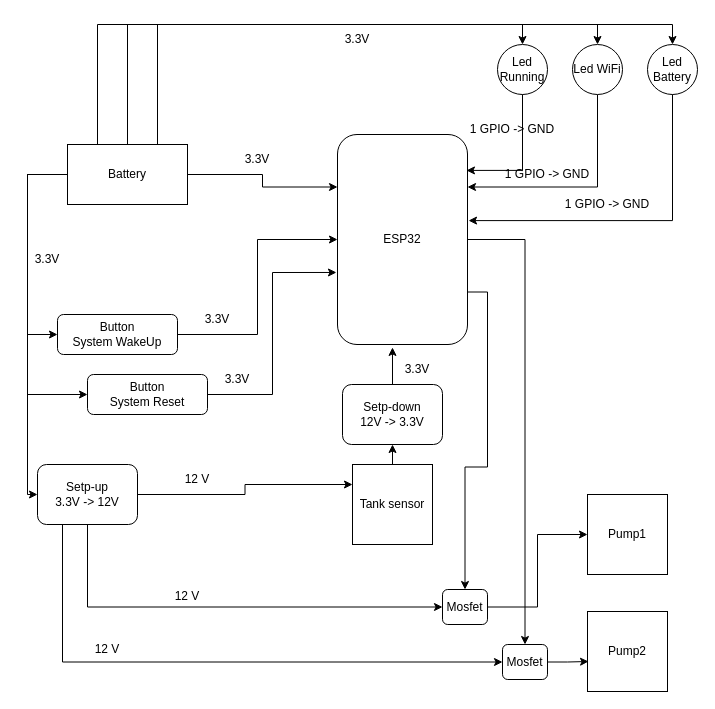
The draw.io diagram 01_Hardware/GeneralSchematics.drawio in marcy05/sprinkler, before the edit. Source tidied: cells renumbered, new cells numbered last; positions are measured from the earlier drawing's top-left corner, leaving out a move shared by most shapes. Both pictures are drawn from the tidied source at 100%, with x=0, y=0 at pixel (17, 24).
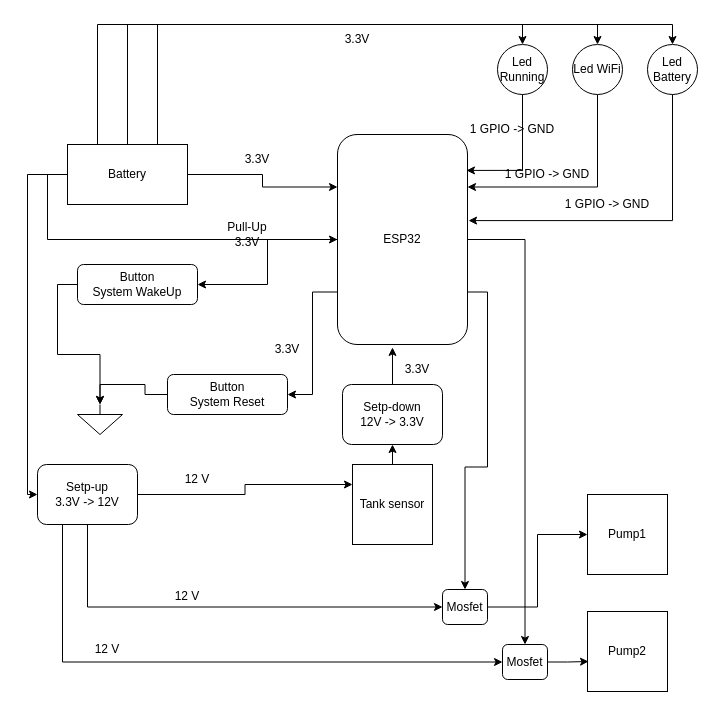
After the change.

Unchanged cells that the change refers to:
```xml
<mxCell id="6" value="ESP32" style="rounded=1;whiteSpace=wrap;html=1;" parent="1" vertex="1">
  <mxGeometry x="320" y="110" width="130" height="210" as="geometry" />
</mxCell>
<mxCell id="19" value="Battery" style="rounded=0;whiteSpace=wrap;html=1;" parent="1" vertex="1">
  <mxGeometry x="50" y="120" width="120" height="60" as="geometry" />
</mxCell>
```

Change to the diagram source:
```diff
@@
+    <mxCell id="49" style="edgeStyle=orthogonalEdgeStyle;rounded=0;jettySize=auto;html=1;exitX=0;exitY=0.75;exitDx=0;exitDy=0;entryX=1;entryY=0.5;entryDx=0;entryDy=0;" parent="1" edge="1" source="6" target="22">
+      <mxGeometry relative="1" as="geometry" />
+    </mxCell>
+    <mxCell id="50" style="edgeStyle=orthogonalEdgeStyle;rounded=0;jettySize=auto;html=1;exitX=0;exitY=0.5;exitDx=0;exitDy=0;entryX=1;entryY=0.5;entryDx=0;entryDy=0;" parent="1" edge="1" source="6" target="21">
+      <mxGeometry relative="1" as="geometry" />
+    </mxCell>
@@
-    <mxCell id="16" style="edgeStyle=orthogonalEdgeStyle;rounded=0;jettySize=auto;html=1;exitX=0;exitY=0.5;exitDx=0;exitDy=0;entryX=0;entryY=0.5;entryDx=0;entryDy=0;" parent="1" edge="1" source="19" target="21">
-      <mxGeometry relative="1" as="geometry">
-        <Array as="points">
-          <mxPoint x="10" y="150" />
-          <mxPoint x="10" y="310" />
-        </Array>
-      </mxGeometry>
-    </mxCell>
-    <mxCell id="17" style="edgeStyle=orthogonalEdgeStyle;rounded=0;jettySize=auto;html=1;exitX=0;exitY=0.5;exitDx=0;exitDy=0;entryX=0;entryY=0.5;entryDx=0;entryDy=0;" parent="1" edge="1" source="19" target="22">
-      <mxGeometry relative="1" as="geometry">
-        <Array as="points">
-          <mxPoint x="10" y="150" />
-          <mxPoint x="10" y="370" />
-        </Array>
-      </mxGeometry>
-    </mxCell>
@@
-    <mxCell id="20" style="edgeStyle=orthogonalEdgeStyle;rounded=0;jettySize=auto;html=1;exitX=1;exitY=0.5;exitDx=0;exitDy=0;" parent="1" edge="1" source="21" target="6">
-      <mxGeometry relative="1" as="geometry" />
-    </mxCell>
+    <mxCell id="51" style="edgeStyle=orthogonalEdgeStyle;rounded=0;jettySize=auto;html=1;exitX=0;exitY=0.5;exitDx=0;exitDy=0;" parent="1" edge="1" source="21" target="52">
+      <mxGeometry relative="1" as="geometry" />
+    </mxCell>
     <mxCell id="21" value="Button&lt;div&gt;System WakeUp&lt;/div&gt;" style="rounded=1;whiteSpace=wrap;html=1;" parent="1" vertex="1">
-      <mxGeometry x="40" y="290" width="120" height="40" as="geometry" />
+      <mxGeometry x="60" y="240" width="120" height="40" as="geometry" />
     </mxCell>
     <mxCell id="22" value="Button&lt;div&gt;System Reset&lt;/div&gt;" style="rounded=1;whiteSpace=wrap;html=1;" parent="1" vertex="1">
-      <mxGeometry x="70" y="350" width="120" height="40" as="geometry" />
+      <mxGeometry x="150" y="350" width="120" height="40" as="geometry" />
     </mxCell>
-    <mxCell id="23" style="edgeStyle=orthogonalEdgeStyle;rounded=0;jettySize=auto;html=1;exitX=1;exitY=0.5;exitDx=0;exitDy=0;entryX=-0.008;entryY=0.657;entryDx=0;entryDy=0;entryPerimeter=0;" parent="1" edge="1" source="22" target="6">
-      <mxGeometry relative="1" as="geometry" />
-    </mxCell>
@@
     <mxCell id="27" value="3.3V" style="text;html=1;align=center;verticalAlign=middle;whiteSpace=wrap;rounded=0;" parent="1" vertex="1">
-      <mxGeometry x="170" y="280" width="60" height="30" as="geometry" />
+      <mxGeometry x="240" y="310" width="60" height="30" as="geometry" />
     </mxCell>
-    <mxCell id="28" value="3.3V" style="text;html=1;align=center;verticalAlign=middle;whiteSpace=wrap;rounded=0;" parent="1" vertex="1">
-      <mxGeometry x="190" y="340" width="60" height="30" as="geometry" />
-    </mxCell>
@@
-    <mxCell id="34" value="3.3V" style="text;html=1;align=center;verticalAlign=middle;whiteSpace=wrap;rounded=0;" parent="1" vertex="1">
-      <mxGeometry y="220" width="60" height="30" as="geometry" />
+    <mxCell id="34" value="Pull-Up 3.3V" style="text;html=1;align=center;verticalAlign=middle;whiteSpace=wrap;rounded=0;" parent="1" vertex="1">
+      <mxGeometry x="200" y="195" width="60" height="30" as="geometry" />
     </mxCell>
@@
+    <mxCell id="52" style="verticalLabelPosition=bottom;shadow=0;dashed=0;align=center;html=1;verticalAlign=top;shape=mxgraph.electrical.signal_sources.signal_ground;" parent="1" vertex="1">
+      <mxGeometry x="60" y="380" width="45" height="30" as="geometry" />
+    </mxCell>
+    <mxCell id="53" style="edgeStyle=orthogonalEdgeStyle;rounded=0;jettySize=auto;html=1;exitX=0;exitY=0.5;exitDx=0;exitDy=0;entryX=0.5;entryY=0;entryDx=0;entryDy=0;entryPerimeter=0;" parent="1" edge="1" source="22" target="52">
+      <mxGeometry relative="1" as="geometry" />
+    </mxCell>
+    <mxCell id="54" style="edgeStyle=orthogonalEdgeStyle;rounded=0;jettySize=auto;html=1;exitX=0;exitY=0.5;exitDx=0;exitDy=0;entryX=0;entryY=0.5;entryDx=0;entryDy=0;" parent="1" edge="1" source="19" target="6">
+      <mxGeometry relative="1" as="geometry" />
+    </mxCell>
```
